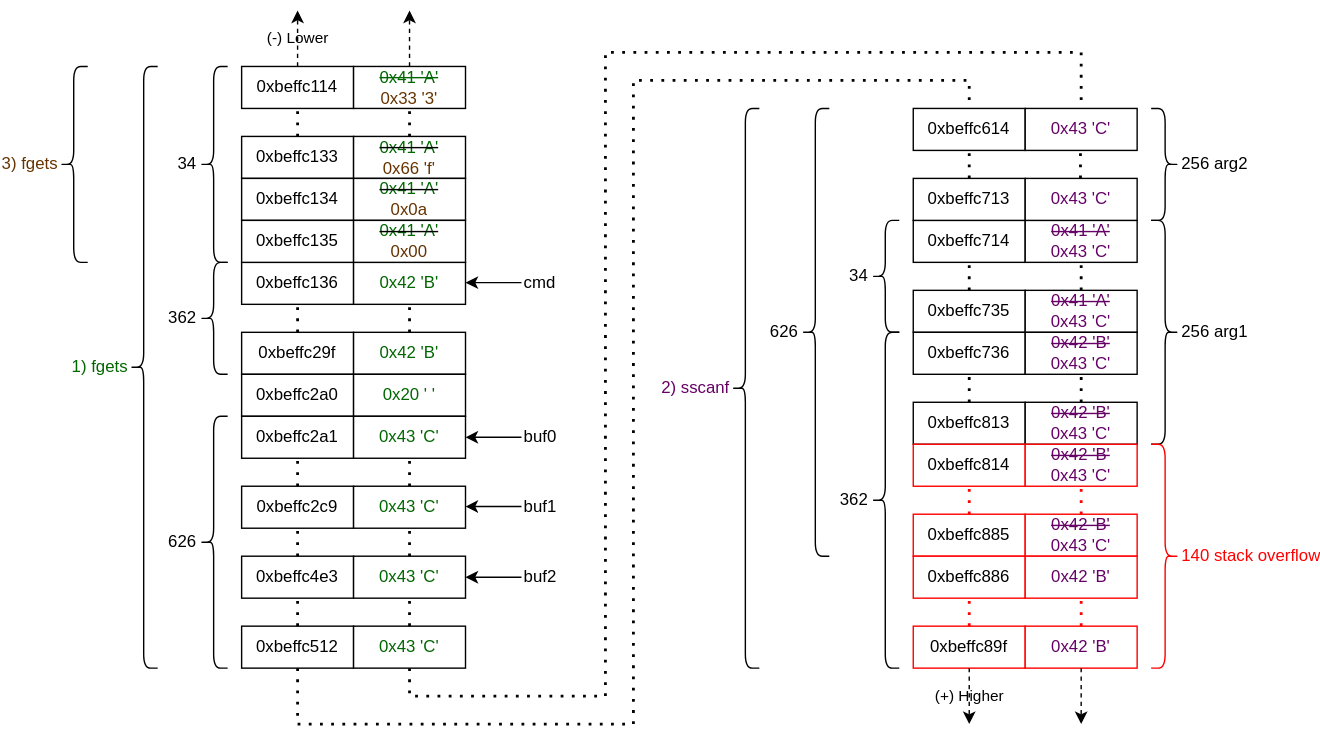
The draw.io diagram images/Memory_Layout-PoV_Advanced.svg in cyber-defence-campus/netgear_r6700v3_circled, before a commit. Source tidied: cells renumbered, new cells last; positions are measured from the earlier drawing's top-left corner, leaving out a move shared by most shapes.
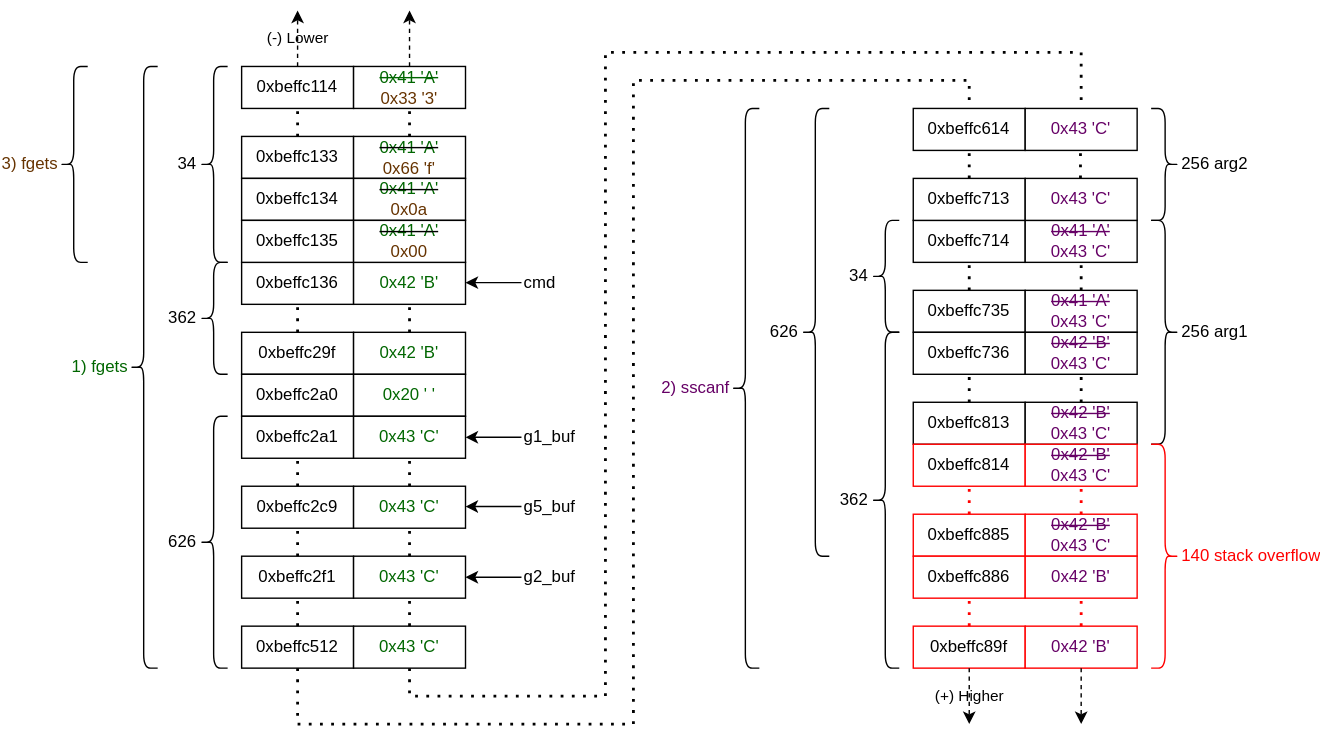
After the change.

Commit message:
Buffer addresses updated

Change to the diagram source:
```diff
@@ -188,7 +188,7 @@
     <mxCell id="56" value="&lt;strike&gt;&lt;font color=&quot;#006600&quot;&gt;0x41 'A'&lt;/font&gt;&lt;/strike&gt;&lt;br&gt;&lt;font color=&quot;#663300&quot;&gt;0x00&lt;br&gt;&lt;/font&gt;" style="rounded=0;whiteSpace=wrap;html=1;verticalAlign=middle;" parent="1" vertex="1">
       <mxGeometry x="210" y="150" width="80" height="30" as="geometry" />
     </mxCell>
-    <mxCell id="57" value="0xbeffc4e3" style="rounded=0;whiteSpace=wrap;html=1;verticalAlign=middle;" parent="1" vertex="1">
+    <mxCell id="57" value="0xbeffc2f1" style="rounded=0;whiteSpace=wrap;html=1;verticalAlign=middle;" parent="1" vertex="1">
       <mxGeometry x="130" y="390" width="80" height="30" as="geometry" />
     </mxCell>
     <mxCell id="58" value="0x43 'C'" style="rounded=0;whiteSpace=wrap;html=1;verticalAlign=middle;fontColor=#006600;" parent="1" vertex="1">
@@ -288,7 +288,7 @@
         </Array>
       </mxGeometry>
     </mxCell>
-    <mxCell id="82" value="&lt;div align=&quot;left&quot;&gt;buf0&lt;/div&gt;" style="text;html=1;strokeColor=none;fillColor=none;align=left;verticalAlign=middle;whiteSpace=wrap;rounded=0;" parent="1" vertex="1">
+    <mxCell id="82" value="g1_buf" style="text;html=1;strokeColor=none;fillColor=none;align=left;verticalAlign=middle;whiteSpace=wrap;rounded=0;" parent="1" vertex="1">
       <mxGeometry x="330" y="290" width="80" height="30" as="geometry" />
     </mxCell>
     <mxCell id="83" style="endArrow=classic;html=1;rounded=0;entryX=1;entryY=0.5;entryDx=0;entryDy=0;exitX=0;exitY=0.5;exitDx=0;exitDy=0;" parent="1" edge="1" source="82">
@@ -311,7 +311,7 @@
         <mxPoint x="290" y="405" as="targetPoint" />
       </mxGeometry>
     </mxCell>
-    <mxCell id="87" value="buf2" style="text;html=1;strokeColor=none;fillColor=none;align=left;verticalAlign=middle;whiteSpace=wrap;rounded=0;" parent="1" vertex="1">
+    <mxCell id="87" value="g2_buf" style="text;html=1;strokeColor=none;fillColor=none;align=left;verticalAlign=middle;whiteSpace=wrap;rounded=0;" parent="1" vertex="1">
       <mxGeometry x="330" y="390" width="80" height="30" as="geometry" />
     </mxCell>
     <mxCell id="88" style="endArrow=classic;html=1;rounded=0;entryX=1;entryY=0.5;entryDx=0;entryDy=0;" parent="1" edge="1">
@@ -320,7 +320,7 @@
         <mxPoint x="290" y="354.5" as="targetPoint" />
       </mxGeometry>
     </mxCell>
-    <mxCell id="89" value="buf1" style="text;html=1;strokeColor=none;fillColor=none;align=left;verticalAlign=middle;whiteSpace=wrap;rounded=0;" parent="1" vertex="1">
+    <mxCell id="89" value="g5_buf" style="text;html=1;strokeColor=none;fillColor=none;align=left;verticalAlign=middle;whiteSpace=wrap;rounded=0;" parent="1" vertex="1">
       <mxGeometry x="330" y="340" width="80" height="30" as="geometry" />
     </mxCell>
   </root>
```
